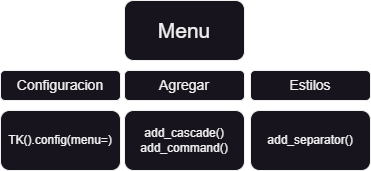
The draw.io diagram SEPE_Python_Avanzado_PUE/Tema 3 - PCPP1/Apuntes_diagramas/diagramas/tkinter/Menus.png in NaveganteGithub/EstudiosPython, before a commit. Source tidied: cells renumbered, new cells last; positions are measured from the earlier drawing's top-left corner, leaving out a move shared by most shapes. Source of this version:
```xml
<mxGraphModel>
  <root>
    <mxCell id="0" />
    <mxCell id="1" parent="0" />
    <mxCell id="2" value="Menu" style="rounded=1;whiteSpace=wrap;html=1;fontSize=21;" parent="1" vertex="1">
      <mxGeometry x="124" width="120" height="60" as="geometry" />
    </mxCell>
    <mxCell id="3" value="add_cascade()&lt;br&gt;add_command()" style="rounded=1;whiteSpace=wrap;html=1;" parent="1" vertex="1">
      <mxGeometry x="124" y="110" width="120" height="60" as="geometry" />
    </mxCell>
    <mxCell id="4" value="Agregar" style="rounded=1;whiteSpace=wrap;html=1;fontSize=14;" parent="1" vertex="1">
      <mxGeometry x="124" y="70" width="120" height="30" as="geometry" />
    </mxCell>
    <mxCell id="5" value="Configuracion" style="rounded=1;whiteSpace=wrap;html=1;fontSize=14;" parent="1" vertex="1">
      <mxGeometry y="70" width="120" height="30" as="geometry" />
    </mxCell>
    <mxCell id="6" value="Estilos" style="rounded=1;whiteSpace=wrap;html=1;fontSize=14;" parent="1" vertex="1">
      <mxGeometry x="250" y="70" width="120" height="30" as="geometry" />
    </mxCell>
    <mxCell id="7" value="TK().config(menu=)" style="rounded=1;whiteSpace=wrap;html=1;" parent="1" vertex="1">
      <mxGeometry y="110" width="120" height="60" as="geometry" />
    </mxCell>
    <mxCell id="8" value="add_separator()" style="rounded=1;whiteSpace=wrap;html=1;" parent="1" vertex="1">
      <mxGeometry x="250" y="110" width="120" height="60" as="geometry" />
    </mxCell>
  </root>
</mxGraphModel>
```
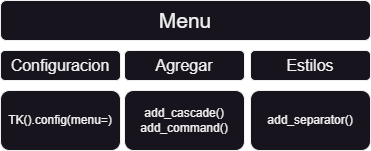
The same file after the commit.

Change to the diagram source:
```diff
@@ -3,18 +3,18 @@
     <mxCell id="0" />
     <mxCell id="1" parent="0" />
     <mxCell id="2" value="Menu" style="rounded=1;whiteSpace=wrap;html=1;fontSize=21;" parent="1" vertex="1">
-      <mxGeometry x="124" width="120" height="60" as="geometry" />
+      <mxGeometry y="20" width="370" height="40" as="geometry" />
     </mxCell>
     <mxCell id="3" value="add_cascade()&lt;br&gt;add_command()" style="rounded=1;whiteSpace=wrap;html=1;" parent="1" vertex="1">
       <mxGeometry x="124" y="110" width="120" height="60" as="geometry" />
     </mxCell>
-    <mxCell id="4" value="Agregar" style="rounded=1;whiteSpace=wrap;html=1;fontSize=14;" parent="1" vertex="1">
+    <mxCell id="4" value="Agregar" style="rounded=1;whiteSpace=wrap;html=1;fontSize=16;" parent="1" vertex="1">
       <mxGeometry x="124" y="70" width="120" height="30" as="geometry" />
     </mxCell>
-    <mxCell id="5" value="Configuracion" style="rounded=1;whiteSpace=wrap;html=1;fontSize=14;" parent="1" vertex="1">
+    <mxCell id="5" value="Configuracion" style="rounded=1;whiteSpace=wrap;html=1;fontSize=16;" parent="1" vertex="1">
       <mxGeometry y="70" width="120" height="30" as="geometry" />
     </mxCell>
-    <mxCell id="6" value="Estilos" style="rounded=1;whiteSpace=wrap;html=1;fontSize=14;" parent="1" vertex="1">
+    <mxCell id="6" value="Estilos" style="rounded=1;whiteSpace=wrap;html=1;fontSize=16;" parent="1" vertex="1">
       <mxGeometry x="250" y="70" width="120" height="30" as="geometry" />
     </mxCell>
     <mxCell id="7" value="TK().config(menu=)" style="rounded=1;whiteSpace=wrap;html=1;" parent="1" vertex="1">
```
